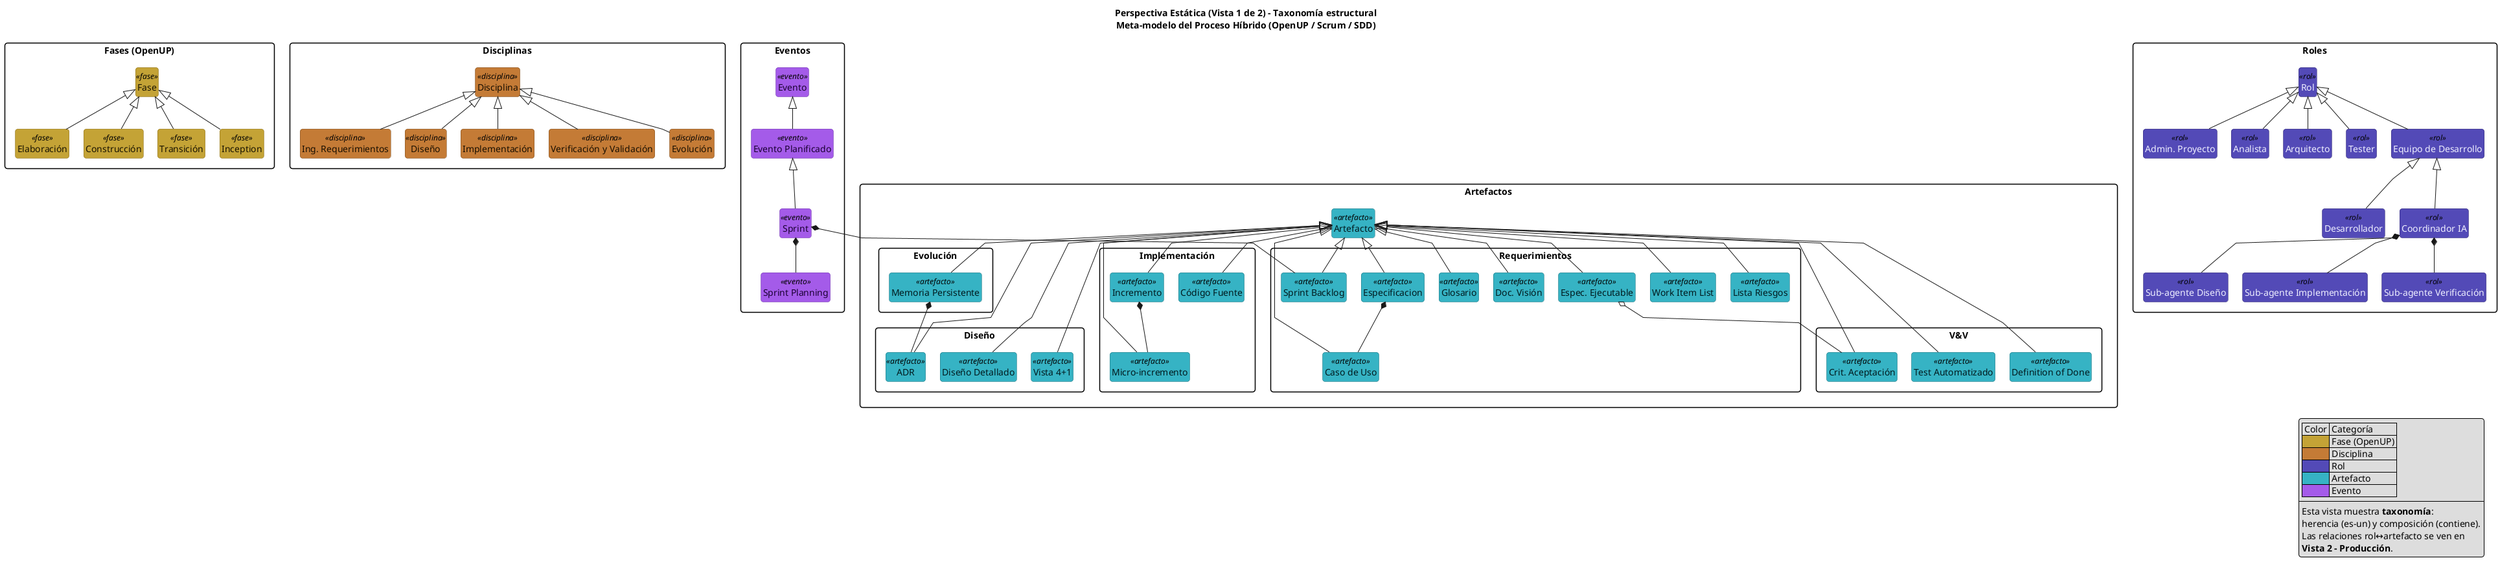
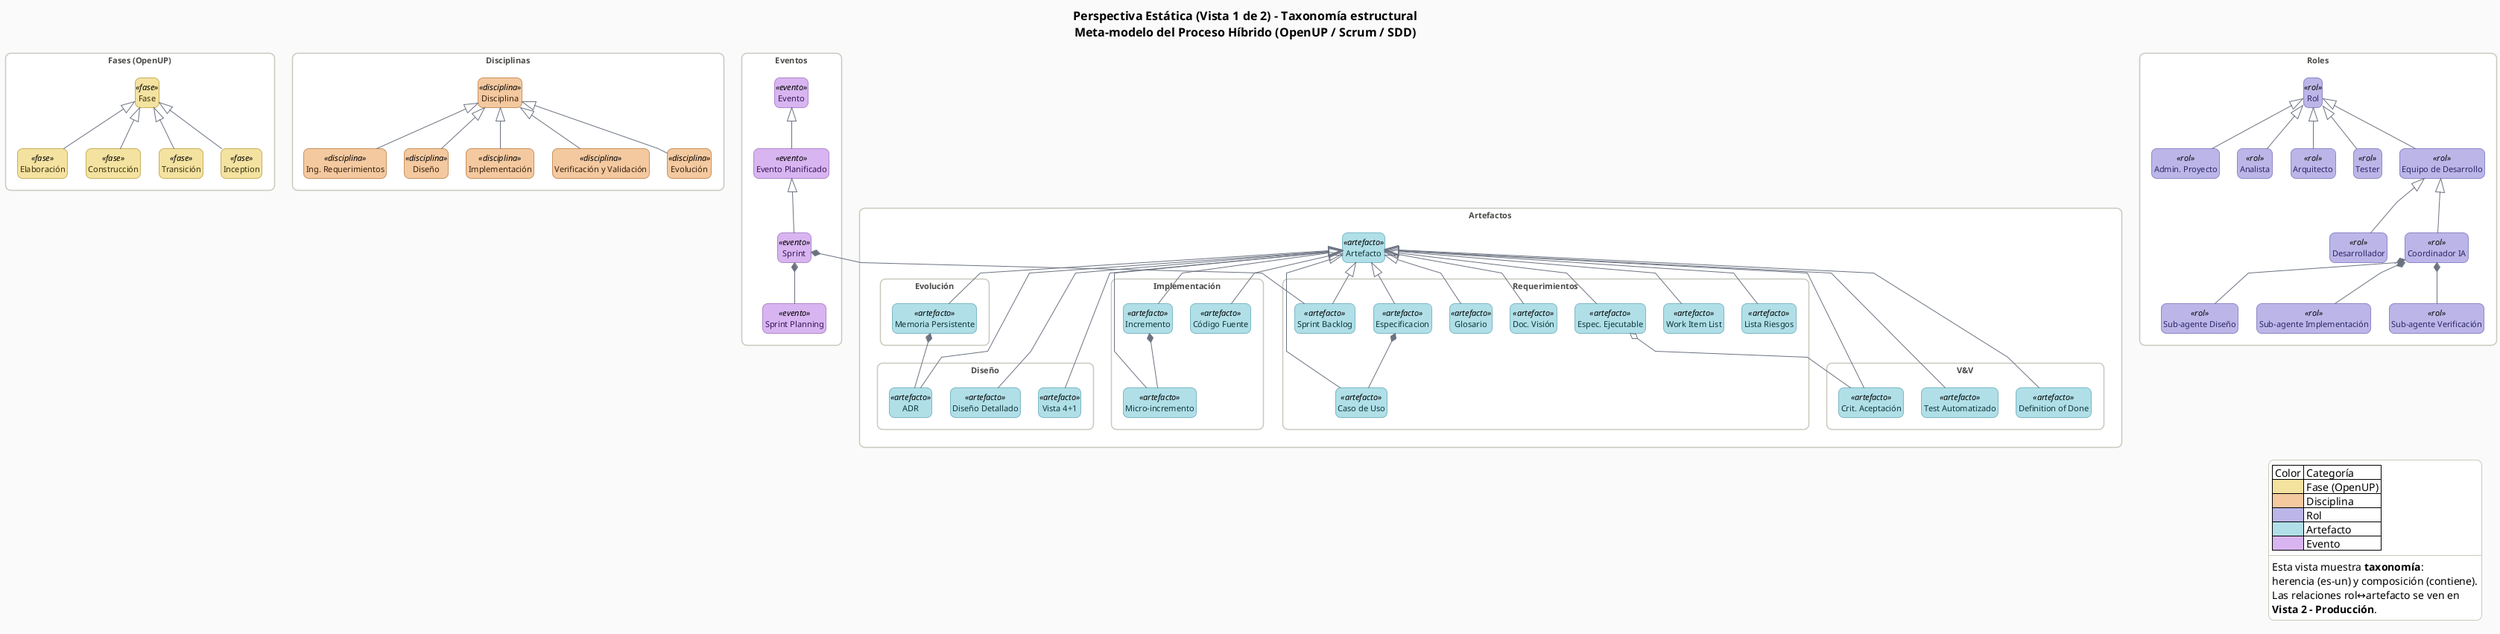
@startuml
title Perspectiva Estática (Vista 1 de 2) - Taxonomía estructural\nMeta-modelo del Proceso Híbrido (OpenUP / Scrum / SDD)

+ ' === Modern soft theme ===
+ skinparam backgroundColor #FAFAFA
+ skinparam defaultFontName Helvetica
+ skinparam defaultFontSize 11
+ skinparam titleFontSize 16
+ skinparam titleFontStyle bold
+ skinparam shadowing false
+ skinparam roundCorner 14
+ skinparam ranksep 55
+ skinparam nodesep 24
+ skinparam classBorderThickness 1
skinparam linetype polyline
skinparam packageStyle rectangle
skinparam classAttributeIconSize 0
- skinparam shadowing false
- skinparam ranksep 50
- skinparam nodesep 22
- skinparam roundCorner 8
+ skinparam packageBackgroundColor #FFFFFF
+ skinparam packageBorderColor #C9C9BE
+ skinparam packageFontColor #4A4A48
+ skinparam packageFontStyle bold
+ skinparam legendBackgroundColor #FFFFFF
+ skinparam legendBorderColor #C9C9BE
hide empty members
hide circle

+ skinparam arrow {
+     Color #6B7280
+     FontColor #4A4A48
+     FontSize 10
+     Thickness 1
+ }
+ 
skinparam class {
-     BackgroundColor<<fase>> #c4a336
-     FontColor<<fase>> #1a1400
-     BorderColor<<fase>> #8a6f1f
+     BackgroundColor<<fase>>       #F4E2A0
+     BorderColor<<fase>>           #C9B05E
+     FontColor<<fase>>             #3A2E0A

-     BackgroundColor<<disciplina>> #c47b36
-     FontColor<<disciplina>> #1a0f00
-     BorderColor<<disciplina>> #7a4a1d
+     BackgroundColor<<disciplina>> #F4C9A0
+     BorderColor<<disciplina>>     #C9925E
+     FontColor<<disciplina>>       #3A1E0A

-     BackgroundColor<<rol>> #534AB7
-     FontColor<<rol>> #eeeeff
-     BorderColor<<rol>> #2c2570
+     BackgroundColor<<rol>>        #BCB6E8
+     BorderColor<<rol>>            #8D88C8
+     FontColor<<rol>>              #2A2466

-     BackgroundColor<<artefacto>> #36b3c4
-     FontColor<<artefacto>> #001a1e
-     BorderColor<<artefacto>> #1d6e7a
+     BackgroundColor<<artefacto>>  #B0DFE8
+     BorderColor<<artefacto>>      #7DB9C5
+     FontColor<<artefacto>>        #0F3539

-     BackgroundColor<<evento>> #a45be9
-     FontColor<<evento>> #1a0033
-     BorderColor<<evento>> #6a2fa8
+     BackgroundColor<<evento>>     #D8B5F0
+     BorderColor<<evento>>         #AF87CC
+     FontColor<<evento>>           #34145A
}

package "Fases (OpenUP)" {
    class Fase <<fase>>
    class "Inception" as FaseInception <<fase>>
    class "Elaboración" as FaseElaboracion <<fase>>
    class "Construcción" as FaseConstruccion <<fase>>
    class "Transición" as FaseTransicion <<fase>>

    Fase <|-- FaseInception
    Fase <|-- FaseElaboracion
    Fase <|-- FaseConstruccion
    Fase <|-- FaseTransicion
}

package "Disciplinas" {
    class Disciplina <<disciplina>>
    class "Ing. Requerimientos" as DRequerimientos <<disciplina>>
    class "Diseño" as DDiseno <<disciplina>>
    class "Implementación" as DImplementacion <<disciplina>>
    class "Verificación y Validación" as DVerificacion <<disciplina>>
    class "Evolución" as DEvolucion <<disciplina>>

    Disciplina <|-- DRequerimientos
    Disciplina <|-- DDiseno
    Disciplina <|-- DImplementacion
    Disciplina <|-- DVerificacion
    Disciplina <|-- DEvolucion
}

package "Eventos" {
    class Evento <<evento>>
    class "Evento Planificado" as EventoPlanificado <<evento>>
    class Sprint <<evento>>
    class "Sprint Planning" as SprintPlanning <<evento>>

    Evento <|-- EventoPlanificado
    EventoPlanificado <|-- Sprint
    Sprint *-- SprintPlanning
}

package "Roles" {
    class Rol <<rol>>
    class "Admin. Proyecto" as AdminProyecto <<rol>>
    class Analista <<rol>>
    class Arquitecto <<rol>>
    class Tester <<rol>>
    class "Equipo de Desarrollo" as EquipoDesarrollo <<rol>>
    class Desarrollador <<rol>>
    class "Coordinador IA" as CoordinadorIA <<rol>>
    class "Sub-agente Diseño" as SubDiseno <<rol>>
    class "Sub-agente Implementación" as SubImpl <<rol>>
    class "Sub-agente Verificación" as SubVerif <<rol>>

    Rol <|-- AdminProyecto
    Rol <|-- Analista
    Rol <|-- Arquitecto
    Rol <|-- Tester
    Rol <|-- EquipoDesarrollo
    EquipoDesarrollo <|-- Desarrollador
    EquipoDesarrollo <|-- CoordinadorIA
    CoordinadorIA *-- SubDiseno
    CoordinadorIA *-- SubImpl
    CoordinadorIA *-- SubVerif
}

package "Artefactos" {
    class Artefacto <<artefacto>>

    package "Requerimientos" {
        class "Doc. Visión" as DocVision <<artefacto>>
        class Glosario <<artefacto>>
        class "Caso de Uso" as CasoUso <<artefacto>>
        class Especificacion <<artefacto>>
        class "Lista Riesgos" as ListaRiesgos <<artefacto>>
        class "Work Item List" as WorkItemList <<artefacto>>
        class "Sprint Backlog" as SprintBacklog <<artefacto>>
        class "Espec. Ejecutable" as EspecEjecutable <<artefacto>>
    }

    package "Diseño" {
        class "Vista 4+1" as Vista41 <<artefacto>>
        class ADR <<artefacto>>
        class "Diseño Detallado" as DisenioDetallado <<artefacto>>
    }

    package "Implementación" {
        class "Código Fuente" as CodigoFuente <<artefacto>>
        class "Micro-incremento" as MicroIncremento <<artefacto>>
        class Incremento <<artefacto>>
    }

    package "V&V" {
        class "Crit. Aceptación" as CriteriosAceptacion <<artefacto>>
        class "Test Automatizado" as TestAutomatizado <<artefacto>>
        class "Definition of Done" as DoD <<artefacto>>
    }

    package "Evolución" {
        class "Memoria Persistente" as MemoriaPersistente <<artefacto>>
    }

    Artefacto <|-- DocVision
    Artefacto <|-- Glosario
    Artefacto <|-- CasoUso
    Artefacto <|-- Especificacion
    Artefacto <|-- ListaRiesgos
    Artefacto <|-- WorkItemList
    Artefacto <|-- SprintBacklog
    Artefacto <|-- EspecEjecutable
    Artefacto <|-- Vista41
    Artefacto <|-- ADR
    Artefacto <|-- DisenioDetallado
    Artefacto <|-- CodigoFuente
    Artefacto <|-- MicroIncremento
    Artefacto <|-- Incremento
    Artefacto <|-- CriteriosAceptacion
    Artefacto <|-- TestAutomatizado
    Artefacto <|-- DoD
    Artefacto <|-- MemoriaPersistente

    ' Composiciones / agregaciones intra-artefacto
    Especificacion *-- CasoUso
    EspecEjecutable o-- CriteriosAceptacion
    MemoriaPersistente *-- ADR
    Incremento *-- MicroIncremento
}

' Composición cross-package: Sprint contiene su Sprint Backlog
Sprint *-- SprintBacklog

legend right
  | Color | Categoría |
-   |<#c4a336>| Fase (OpenUP) |
-   |<#c47b36>| Disciplina |
-   |<#534AB7>| Rol |
-   |<#36b3c4>| Artefacto |
-   |<#a45be9>| Evento |
+   |<#F4E2A0>| Fase (OpenUP) |
+   |<#F4C9A0>| Disciplina |
+   |<#BCB6E8>| Rol |
+   |<#B0DFE8>| Artefacto |
+   |<#D8B5F0>| Evento |
  ----
  Esta vista muestra **taxonomía**:
  herencia (es-un) y composición (contiene).
  Las relaciones rol↔artefacto se ven en
  **Vista 2 - Producción**.
endlegend

@enduml
